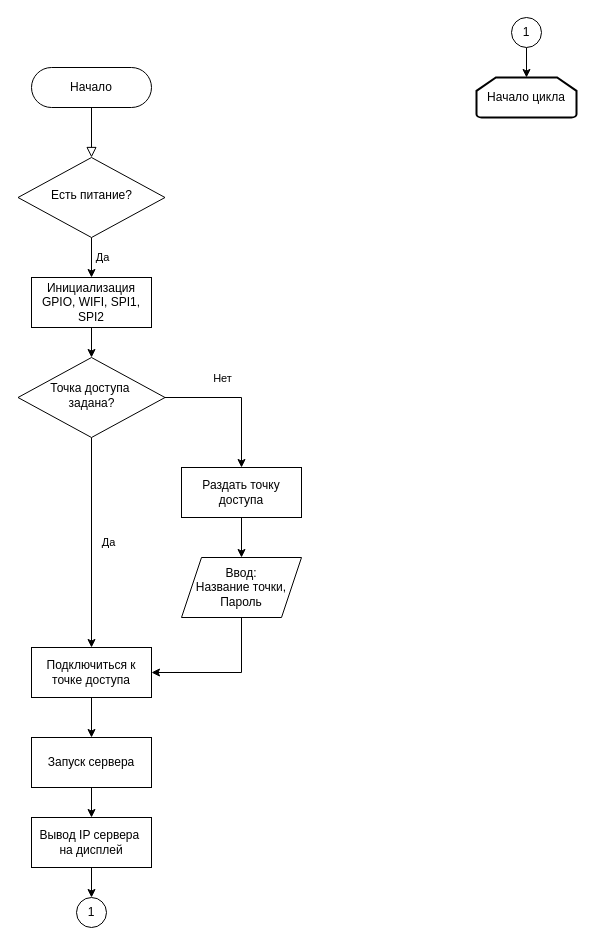
This is algoritm_diplom.drawio from Mrw0lf14/diplom_mag, a draw.io file, before an edit. Source tidied: cells renumbered, new cells numbered last; positions are measured from the earlier drawing's top-left corner, leaving out a move shared by most shapes. Both pictures are drawn from the tidied source at 100%, with x=0, y=0 at pixel (17, 17).
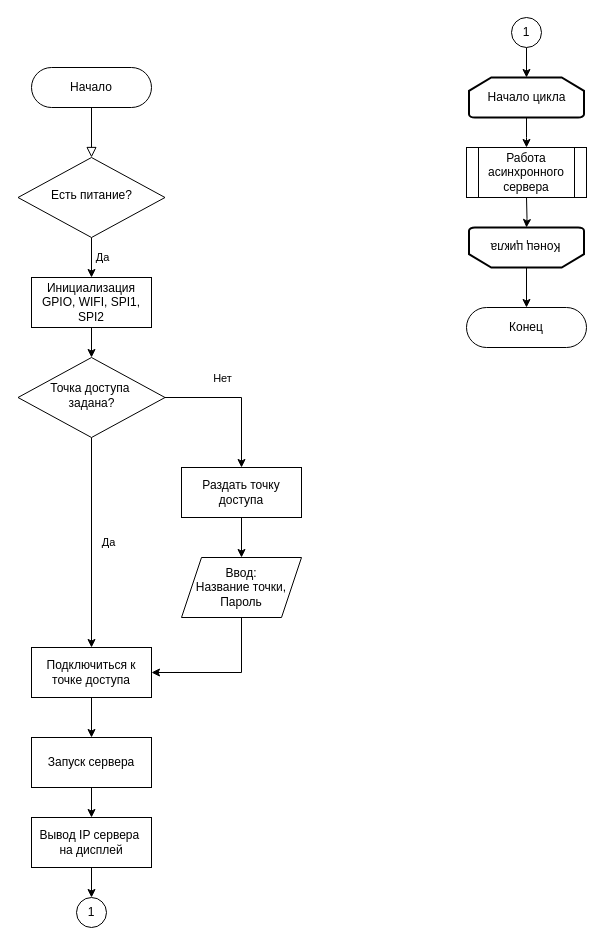
Above is the later version.

Diff of the diagram source:
```diff
@@
+    <mxCell id="28" style="edgeStyle=orthogonalEdgeStyle;rounded=0;jettySize=auto;html=1;" parent="1" edge="1" source="27">
+      <mxGeometry relative="1" as="geometry">
+        <mxPoint x="509" y="130" as="targetPoint" />
+      </mxGeometry>
+    </mxCell>
     <mxCell id="27" value="Начало цикла" style="strokeWidth=2;html=1;shape=mxgraph.flowchart.loop_limit;whiteSpace=wrap;" parent="1" vertex="1">
-      <mxGeometry x="459" y="60" width="100" height="40" as="geometry" />
+      <mxGeometry x="451.5" y="60" width="115" height="40" as="geometry" />
     </mxCell>
+    <mxCell id="29" style="edgeStyle=orthogonalEdgeStyle;rounded=0;jettySize=auto;html=1;" parent="1" edge="1" target="31">
+      <mxGeometry relative="1" as="geometry">
+        <mxPoint x="509" y="180" as="sourcePoint" />
+      </mxGeometry>
+    </mxCell>
+    <mxCell id="30" style="edgeStyle=orthogonalEdgeStyle;rounded=0;jettySize=auto;html=1;" parent="1" edge="1" source="31" target="33">
+      <mxGeometry relative="1" as="geometry" />
+    </mxCell>
+    <mxCell id="31" value="Конец цикла" style="strokeWidth=2;html=1;shape=mxgraph.flowchart.loop_limit;whiteSpace=wrap;rotation=-180;" parent="1" vertex="1">
+      <mxGeometry x="451.5" y="210" width="115" height="40" as="geometry" />
+    </mxCell>
+    <mxCell id="32" value="Работа асинхронного сервера" style="shape=process;whiteSpace=wrap;html=1;backgroundOutline=1;" parent="1" vertex="1">
+      <mxGeometry x="449" y="130" width="120" height="50" as="geometry" />
+    </mxCell>
+    <mxCell id="33" value="Конец" style="rounded=1;whiteSpace=wrap;html=1;fontSize=12;glass=0;strokeWidth=1;shadow=0;arcSize=50;" parent="1" vertex="1">
+      <mxGeometry x="449" y="290" width="120" height="40" as="geometry" />
+    </mxCell>
```
